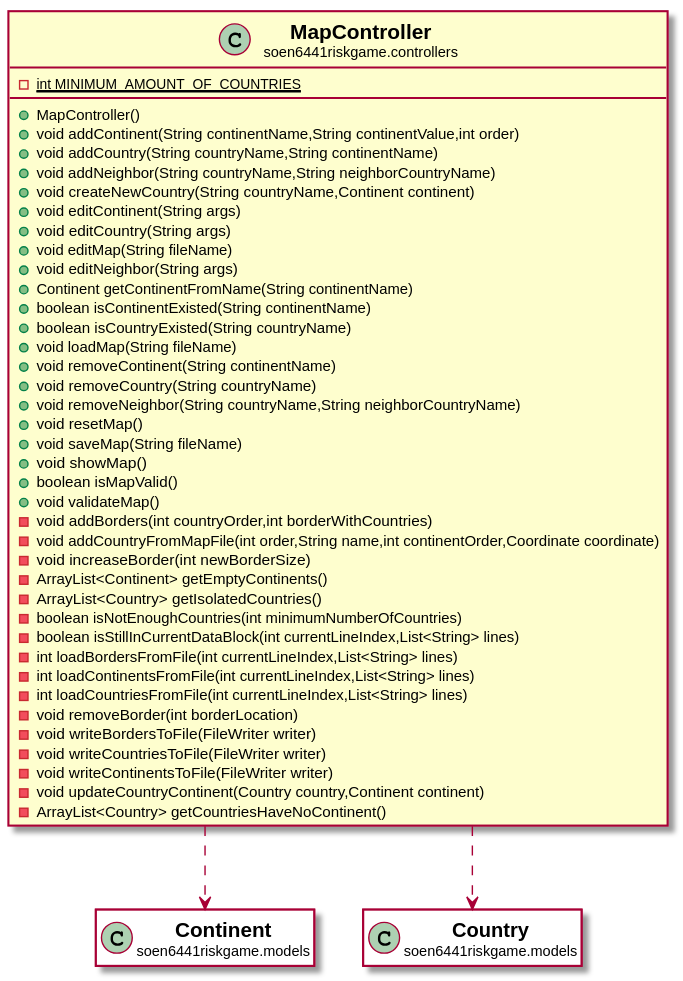
This is docs/javadocs/soen6441riskgame/controllers/MapController.svg from huntertran/soen6441-riskgame, a PlantUML export, as it was before one commit. The source it was exported from:
```plantuml
@startuml

skinparam svgLinkTarget _parent
skinparam linetype ortho
set namespaceSeparator none
class "<b><size:14>MapController</b>\n<size:10>soen6441riskgame.controllers" as soen6441riskgame.controllers.MapController  [[../../soen6441riskgame/controllers/MapController.html{soen6441riskgame.controllers.MapController}]] {
{static} -int MINIMUM_AMOUNT_OF_COUNTRIES
+MapController()
+void addContinent(String continentName,String continentValue,int order)
+void addCountry(String countryName,String continentName)
+void addNeighbor(String countryName,String neighborCountryName)
+void createNewCountry(String countryName,Continent continent)
+void editContinent(String args)
+void editCountry(String args)
+void editMap(String fileName)
+void editNeighbor(String args)
+Continent getContinentFromName(String continentName)
+boolean isContinentExisted(String continentName)
+boolean isCountryExisted(String countryName)
+void loadMap(String fileName)
+void removeContinent(String continentName)
+void removeCountry(String countryName)
+void removeNeighbor(String countryName,String neighborCountryName)
+void resetMap()
+void saveMap(String fileName)
+void showMap()
+boolean isMapValid()
+void validateMap()
-void addBorders(int countryOrder,int borderWithCountries)
-void addCountryFromMapFile(int order,String name,int continentOrder,Coordinate coordinate)
-void increaseBorder(int newBorderSize)
-ArrayList<Continent> getEmptyContinents()
-ArrayList<Country> getIsolatedCountries()
-boolean isNotEnoughCountries(int minimumNumberOfCountries)
-boolean isStillInCurrentDataBlock(int currentLineIndex,List<String> lines)
-int loadBordersFromFile(int currentLineIndex,List<String> lines)
-int loadContinentsFromFile(int currentLineIndex,List<String> lines)
-int loadCountriesFromFile(int currentLineIndex,List<String> lines)
-void removeBorder(int borderLocation)
-void writeBordersToFile(FileWriter writer)
-void writeCountriesToFile(FileWriter writer)
-void writeContinentsToFile(FileWriter writer)
-void updateCountryContinent(Country country,Continent continent)
-ArrayList<Country> getCountriesHaveNoContinent()
}



class "<b><size:14>Continent</b>\n<size:10>soen6441riskgame.models" as soen6441riskgame.models.Continent  [[../../soen6441riskgame/models/Continent.html{soen6441riskgame.models.Continent}]] #white {
}

hide soen6441riskgame.models.Continent fields
hide soen6441riskgame.models.Continent methods

soen6441riskgame.controllers.MapController ..> soen6441riskgame.models.Continent



class "<b><size:14>Country</b>\n<size:10>soen6441riskgame.models" as soen6441riskgame.models.Country  [[../../soen6441riskgame/models/Country.html{soen6441riskgame.models.Country}]] #white {
}

hide soen6441riskgame.models.Country fields
hide soen6441riskgame.models.Country methods

soen6441riskgame.controllers.MapController ..> soen6441riskgame.models.Country




@enduml
```
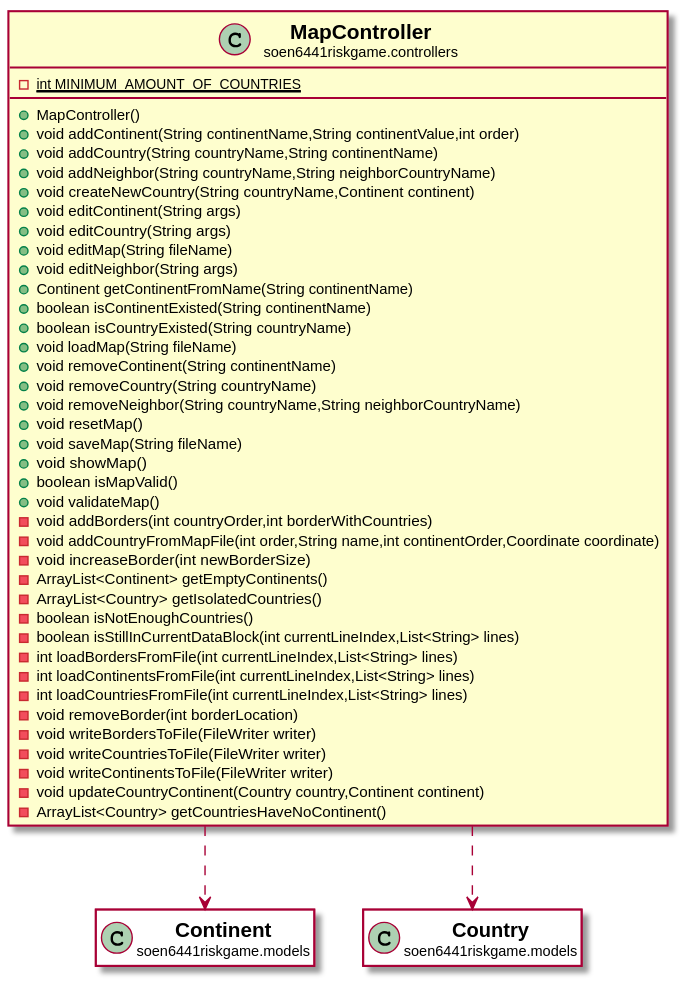
After the commit.

What changed in the source:
```diff
@@ -31,7 +31,7 @@
 -void increaseBorder(int newBorderSize)
 -ArrayList<Continent> getEmptyContinents()
 -ArrayList<Country> getIsolatedCountries()
--boolean isNotEnoughCountries(int minimumNumberOfCountries)
+-boolean isNotEnoughCountries()
 -boolean isStillInCurrentDataBlock(int currentLineIndex,List<String> lines)
 -int loadBordersFromFile(int currentLineIndex,List<String> lines)
 -int loadContinentsFromFile(int currentLineIndex,List<String> lines)
```
